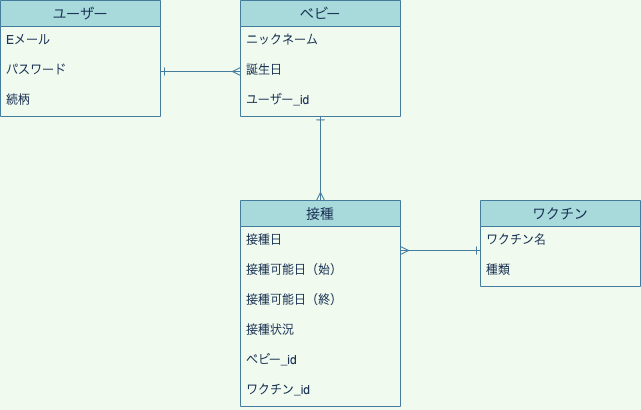
This is baby_app_erd_ja.png from katao-eng/baby-app, a draw.io export, as it was before one commit. Source tidied: cells renumbered, new cells last; positions are measured from the earlier drawing's top-left corner, leaving out a move shared by most shapes.
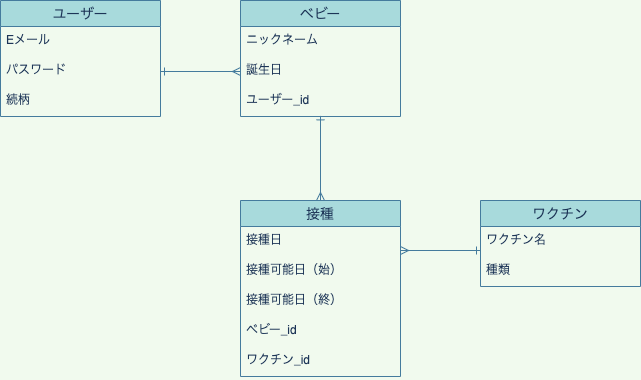
After the commit.

Change to the diagram source:
```diff
@@ -27,7 +27,7 @@
       <mxGeometry y="86" width="160" height="30" as="geometry" />
     </mxCell>
     <mxCell id="10" value="接種" style="swimlane;fontStyle=0;horizontal=1;startSize=26;align=center;fontSize=14;fillColor=#A8DADC;strokeColor=#457B9D;fontColor=#1D3557;" parent="1" vertex="1">
-      <mxGeometry x="240" y="200" width="160" height="206" as="geometry" />
+      <mxGeometry x="240" y="200" width="160" height="176" as="geometry" />
     </mxCell>
     <mxCell id="11" value="接種日" style="text;strokeColor=none;fillColor=none;spacingLeft=4;spacingRight=4;overflow=hidden;fontSize=12;fontColor=#1D3557;" parent="10" vertex="1">
       <mxGeometry y="26" width="160" height="30" as="geometry" />
@@ -38,14 +38,11 @@
     <mxCell id="13" value="接種可能日（終）" style="text;strokeColor=none;fillColor=none;spacingLeft=4;spacingRight=4;overflow=hidden;fontSize=12;fontColor=#1D3557;" parent="10" vertex="1">
       <mxGeometry y="86" width="160" height="30" as="geometry" />
     </mxCell>
-    <mxCell id="14" value="接種状況" style="text;strokeColor=none;fillColor=none;spacingLeft=4;spacingRight=4;overflow=hidden;fontSize=12;fontColor=#1D3557;" parent="10" vertex="1">
-      <mxGeometry y="116" width="160" height="30" as="geometry" />
-    </mxCell>
     <mxCell id="15" value="ベビー_id" style="text;strokeColor=none;fillColor=none;spacingLeft=4;spacingRight=4;overflow=hidden;fontSize=12;fontColor=#1D3557;" parent="10" vertex="1">
-      <mxGeometry y="146" width="160" height="30" as="geometry" />
+      <mxGeometry y="116" width="160" height="30" as="geometry" />
     </mxCell>
     <mxCell id="16" value="ワクチン_id" style="text;strokeColor=none;fillColor=none;spacingLeft=4;spacingRight=4;overflow=hidden;fontSize=12;fontColor=#1D3557;" parent="10" vertex="1">
-      <mxGeometry y="176" width="160" height="30" as="geometry" />
+      <mxGeometry y="146" width="160" height="30" as="geometry" />
     </mxCell>
     <mxCell id="17" value="ワクチン" style="swimlane;fontStyle=0;horizontal=1;startSize=26;align=center;fontSize=14;fillColor=#A8DADC;strokeColor=#457B9D;fontColor=#1D3557;" parent="1" vertex="1">
       <mxGeometry x="480" y="200" width="160" height="86" as="geometry" />
```
